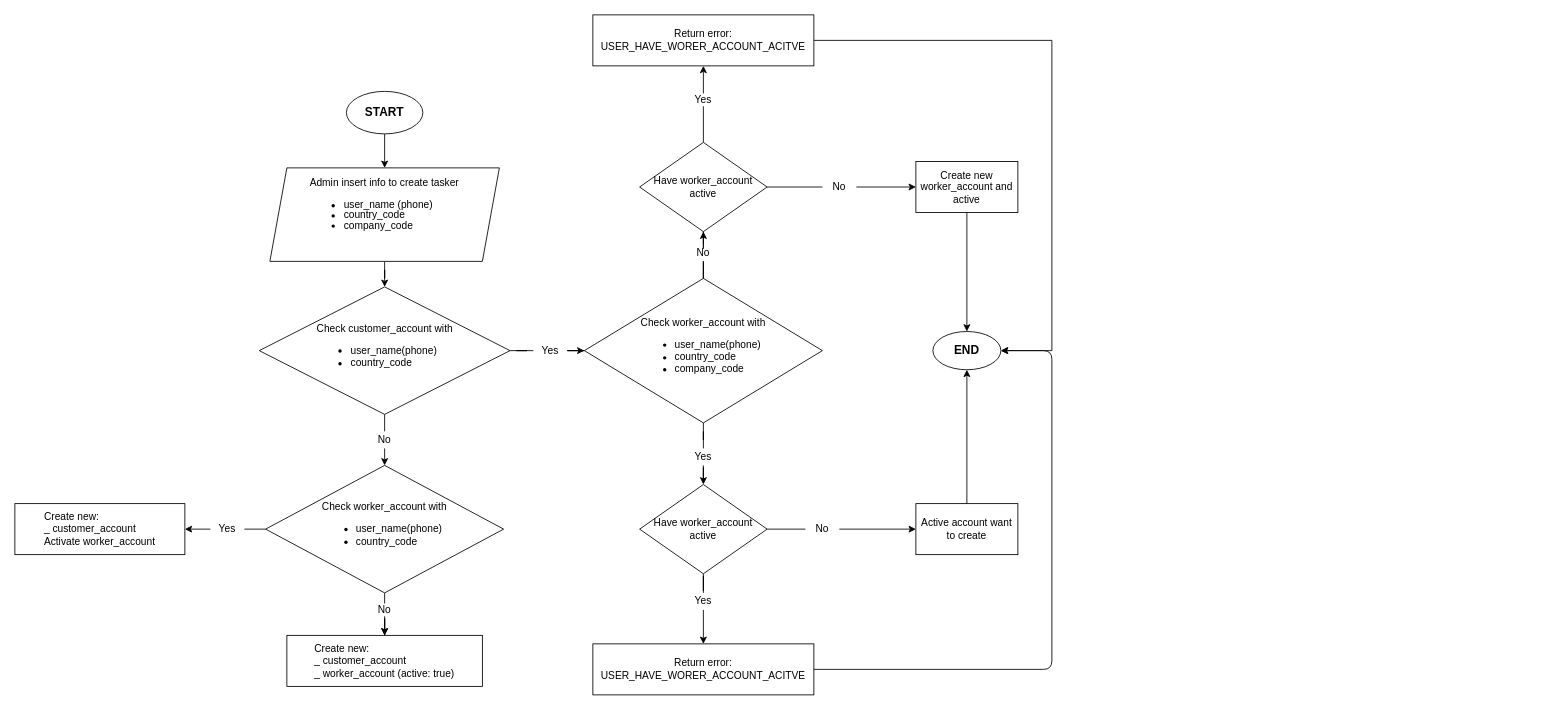
Earlier version of the draw.io diagram TASKDINO/Create tasker by admin.drawio (maitrucquynhq111/work-flow). Source tidied: cells renumbered, new cells numbered last; positions are measured from the earlier drawing's top-left corner, leaving out a move shared by most shapes. Both pictures are drawn from the tidied source at 85%, with x=0, y=0 at pixel (14, 14).
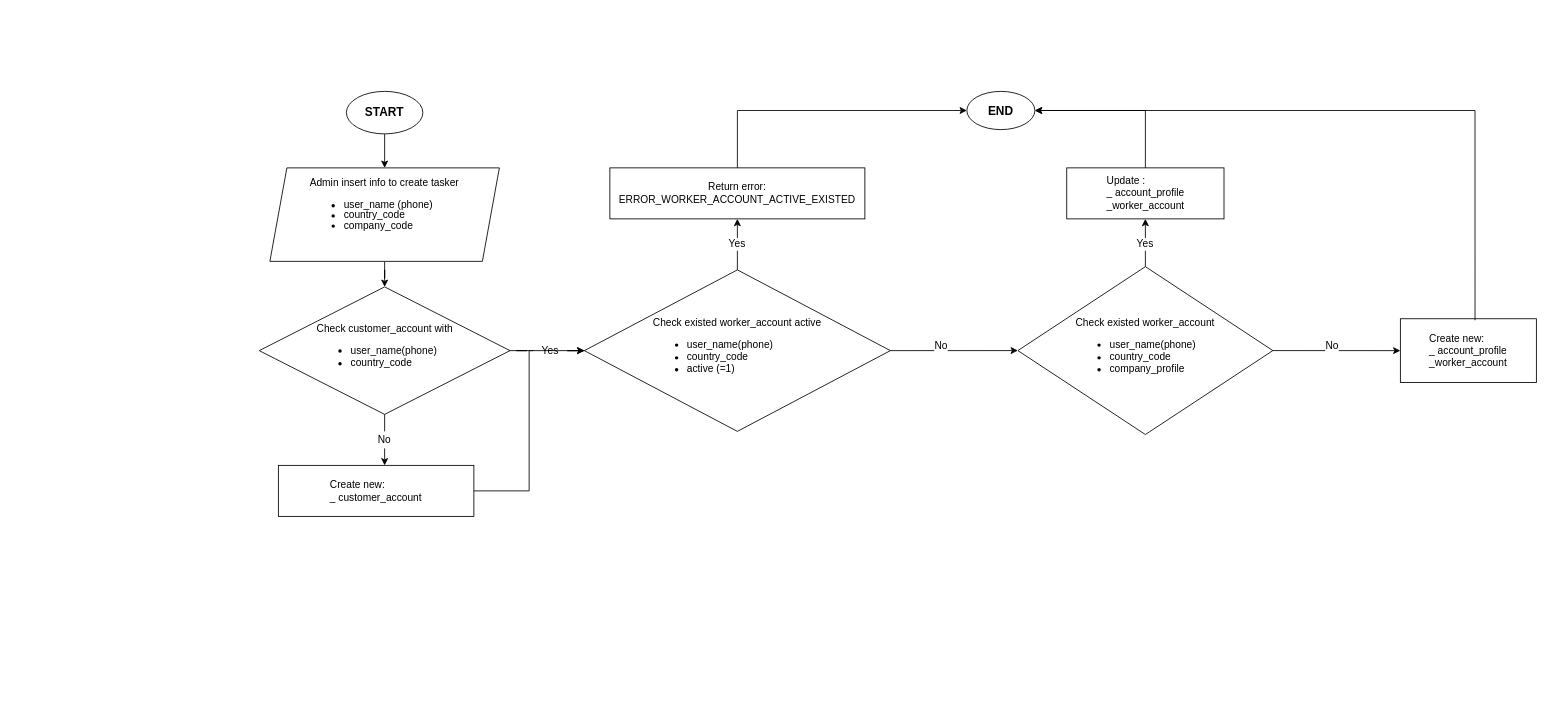
The same diagram, later.

Unchanged cells that the change refers to:
```xml
<mxCell id="16" value="No" style="text;html=1;strokeColor=none;fillColor=none;align=center;verticalAlign=middle;whiteSpace=wrap;rounded=0;labelBackgroundColor=none;" parent="15" vertex="1">
  <mxGeometry width="40" height="20" as="geometry" />
</mxCell>
```

Diff of the diagram source:
```diff
@@
-    <mxCell id="8" style="edgeStyle=orthogonalEdgeStyle;rounded=0;jettySize=auto;html=1;" parent="1" edge="1" source="10" target="11">
-      <mxGeometry relative="1" as="geometry" />
-    </mxCell>
-    <mxCell id="9" value="&lt;div align=&quot;justify&quot;&gt;Create new:&lt;/div&gt;&lt;div align=&quot;justify&quot;&gt;_ customer_account&lt;/div&gt;&lt;div align=&quot;justify&quot;&gt;Activate worker_account&lt;br&gt;&lt;/div&gt;" style="rounded=0;whiteSpace=wrap;html=1;align=center;" parent="1" vertex="1">
-      <mxGeometry y="575" width="200" height="60" as="geometry" />
-    </mxCell>
-    <mxCell id="10" value="&lt;div&gt;Check worker_account with&lt;/div&gt;&lt;div align=&quot;justify&quot;&gt;&lt;ul&gt;&lt;li&gt;user_name(phone)&lt;/li&gt;&lt;li&gt;country_code&lt;/li&gt;&lt;/ul&gt;&lt;/div&gt;" style="rhombus;whiteSpace=wrap;html=1;" parent="1" vertex="1">
-      <mxGeometry x="295" y="530" width="280" height="150" as="geometry" />
-    </mxCell>
-    <mxCell id="11" value="&lt;div align=&quot;justify&quot;&gt;Create new:&lt;/div&gt;&lt;div align=&quot;justify&quot;&gt;_ customer_account&lt;/div&gt;&lt;div align=&quot;justify&quot;&gt;_ worker_account (active: true)&lt;br&gt;&lt;/div&gt;" style="rounded=0;whiteSpace=wrap;html=1;" parent="1" vertex="1">
-      <mxGeometry x="320" y="730" width="230" height="60" as="geometry" />
+    <mxCell id="11" value="&lt;div align=&quot;justify&quot;&gt;Create new:&lt;/div&gt;&lt;div align=&quot;justify&quot;&gt;_ customer_account&lt;/div&gt;" style="rounded=0;whiteSpace=wrap;html=1;" parent="1" vertex="1">
+      <mxGeometry x="310" y="530" width="230" height="60" as="geometry" />
     </mxCell>
-    <mxCell id="12" style="group;" parent="1" vertex="1">
-      <mxGeometry x="415" y="690" width="40" height="20" as="geometry" />
-    </mxCell>
-    <mxCell id="13" value="No" style="text;strokeColor=none;fillColor=none;align=center;verticalAlign=middle;whiteSpace=wrap;rounded=0;html=1;labelBackgroundColor=default;" parent="12" vertex="1">
-      <mxGeometry width="40" height="20" as="geometry" />
-    </mxCell>
-    <mxCell id="14" style="edgeStyle=orthogonalEdgeStyle;rounded=0;jettySize=auto;html=1;" parent="1" edge="1" source="13" target="11">
-      <mxGeometry relative="1" as="geometry" />
-    </mxCell>
@@
-    <mxCell id="18" style="endArrow=classic;html=1;exitX=0.5;exitY=1;exitDx=0;exitDy=0;entryX=0.5;entryY=0;entryDx=0;entryDy=0;startArrow=none;" parent="1" edge="1" source="16" target="10">
-      <mxGeometry relative="1" as="geometry" />
+    <mxCell id="18" style="endArrow=classic;html=1;exitX=0.5;exitY=1;exitDx=0;exitDy=0;entryX=0.5;entryY=0;entryDx=0;entryDy=0;startArrow=none;" parent="1" edge="1" source="16">
+      <mxGeometry relative="1" as="geometry">
+        <mxPoint x="435" y="530" as="targetPoint" />
+      </mxGeometry>
     </mxCell>
-    <mxCell id="19" style="group;" parent="1" vertex="1">
-      <mxGeometry x="230" y="595" width="40" height="20" as="geometry" />
-    </mxCell>
-    <mxCell id="20" value="Yes" style="text;html=1;strokeColor=none;fillColor=none;align=center;verticalAlign=middle;whiteSpace=wrap;rounded=0;" parent="19" vertex="1">
-      <mxGeometry width="40" height="20" as="geometry" />
-    </mxCell>
-    <mxCell id="21" style="edgeStyle=orthogonalEdgeStyle;rounded=0;jettySize=auto;html=1;startArrow=none;" parent="19" edge="1" source="20" target="9">
-      <mxGeometry y="-5" as="geometry">
-        <Array as="points">
-          <mxPoint x="30" y="10" />
-        </Array>
-      </mxGeometry>
-    </mxCell>
-    <mxCell id="22" style="edgeStyle=orthogonalEdgeStyle;rounded=0;jettySize=auto;html=1;endArrow=none;" parent="19" edge="1" source="10" target="20">
-      <mxGeometry y="-5" as="geometry">
-        <Array as="points">
-          <mxPoint x="30" y="10" />
-        </Array>
-      </mxGeometry>
-    </mxCell>
-    <mxCell id="23" style="edgeStyle=orthogonalEdgeStyle;rounded=0;jettySize=auto;html=1;startArrow=none;" parent="1" edge="1" source="42" target="33">
-      <mxGeometry relative="1" as="geometry" />
-    </mxCell>
-    <mxCell id="24" style="edgeStyle=orthogonalEdgeStyle;rounded=0;jettySize=auto;html=1;startArrow=none;" parent="1" edge="1" source="40" target="30">
-      <mxGeometry relative="1" as="geometry" />
-    </mxCell>
+    <mxCell id="54" style="edgeStyle=orthogonalEdgeStyle;rounded=0;jettySize=auto;html=1;" parent="1" edge="1" source="25" target="34">
+      <mxGeometry relative="1" as="geometry" />
+    </mxCell>
-    <mxCell id="25" value="&lt;div&gt;Check worker_account with&lt;/div&gt;&lt;div align=&quot;justify&quot;&gt;&lt;ul&gt;&lt;li&gt;user_name(phone)&lt;/li&gt;&lt;li&gt;country_code&lt;/li&gt;&lt;li&gt;company_code&lt;br&gt;&lt;/li&gt;&lt;/ul&gt;&lt;/div&gt;" style="rhombus;whiteSpace=wrap;html=1;" parent="1" vertex="1">
-      <mxGeometry x="670" y="310" width="280" height="170" as="geometry" />
+    <mxCell id="25" value="&lt;div&gt;Check existed worker_account active&lt;br&gt;&lt;/div&gt;&lt;div align=&quot;justify&quot;&gt;&lt;ul&gt;&lt;li&gt;user_name(phone)&lt;/li&gt;&lt;li&gt;country_code&lt;/li&gt;&lt;li&gt;active (=1)&lt;br&gt;&lt;/li&gt;&lt;/ul&gt;&lt;/div&gt;" style="rhombus;whiteSpace=wrap;html=1;" parent="1" vertex="1">
+      <mxGeometry x="670" y="300" width="360" height="190" as="geometry" />
     </mxCell>
@@
-    <mxCell id="28" style="edgeStyle=orthogonalEdgeStyle;rounded=0;jettySize=auto;html=1;startArrow=none;" parent="1" edge="1" source="44" target="34">
-      <mxGeometry relative="1" as="geometry" />
-    </mxCell>
-    <mxCell id="29" style="edgeStyle=orthogonalEdgeStyle;rounded=0;jettySize=auto;html=1;entryX=0;entryY=0.5;entryDx=0;entryDy=0;startArrow=none;" parent="1" edge="1" source="46" target="37">
-      <mxGeometry relative="1" as="geometry" />
-    </mxCell>
-    <mxCell id="30" value="Have worker_account active" style="rhombus;whiteSpace=wrap;html=1;labelBackgroundColor=none;" parent="1" vertex="1">
-      <mxGeometry x="735" y="552.5" width="150" height="105" as="geometry" />
-    </mxCell>
-    <mxCell id="31" style="edgeStyle=orthogonalEdgeStyle;rounded=0;jettySize=auto;html=1;" parent="1" edge="1" source="33" target="36">
-      <mxGeometry relative="1" as="geometry" />
-    </mxCell>
-    <mxCell id="32" style="edgeStyle=orthogonalEdgeStyle;rounded=0;jettySize=auto;html=1;entryX=0;entryY=0.5;entryDx=0;entryDy=0;startArrow=none;" parent="1" edge="1" source="49" target="38">
-      <mxGeometry relative="1" as="geometry" />
-    </mxCell>
+    <mxCell id="55" style="edgeStyle=orthogonalEdgeStyle;rounded=0;jettySize=auto;html=1;" parent="1" edge="1" source="33" target="38">
+      <mxGeometry relative="1" as="geometry" />
+    </mxCell>
-    <mxCell id="33" value="Have worker_account active" style="rhombus;whiteSpace=wrap;html=1;labelBackgroundColor=none;" parent="1" vertex="1">
-      <mxGeometry x="735" y="150" width="150" height="105" as="geometry" />
+    <mxCell id="33" value="&lt;div&gt;Check existed worker_account &lt;br&gt;&lt;/div&gt;&lt;div align=&quot;justify&quot;&gt;&lt;ul&gt;&lt;li&gt;user_name(phone)&lt;/li&gt;&lt;li&gt;country_code&lt;/li&gt;&lt;li&gt;company_profile&lt;br&gt;&lt;/li&gt;&lt;/ul&gt;&lt;/div&gt;" style="rhombus;whiteSpace=wrap;html=1;labelBackgroundColor=none;" parent="1" vertex="1">
+      <mxGeometry x="1180" y="296.2" width="300" height="197.5" as="geometry" />
     </mxCell>
-    <mxCell id="34" value="&lt;div&gt;Return error: &lt;br&gt;&lt;/div&gt;&lt;div&gt;USER_HAVE_WORER_ACCOUNT_ACITVE&lt;br&gt;&lt;/div&gt;" style="rounded=0;whiteSpace=wrap;html=1;labelBackgroundColor=none;" parent="1" vertex="1">
-      <mxGeometry x="680" y="740" width="260" height="60" as="geometry" />
+    <mxCell id="34" value="&lt;div&gt;Return error: &lt;br&gt;&lt;/div&gt;&lt;div&gt;ERROR_WORKER_ACCOUNT_ACTIVE_EXISTED&lt;br&gt;&lt;/div&gt;" style="rounded=0;whiteSpace=wrap;html=1;labelBackgroundColor=none;" parent="1" vertex="1">
+      <mxGeometry x="700" y="180" width="300" height="60" as="geometry" />
     </mxCell>
-    <mxCell id="35" style="edgeStyle=orthogonalEdgeStyle;rounded=0;jettySize=auto;html=1;entryX=1;entryY=0.5;entryDx=0;entryDy=0;" parent="1" edge="1" source="36" target="39">
-      <mxGeometry relative="1" as="geometry">
-        <Array as="points">
-          <mxPoint x="1220" y="30" />
-          <mxPoint x="1220" y="395" />
-        </Array>
-      </mxGeometry>
-    </mxCell>
-    <mxCell id="36" value="&lt;div&gt;Return error: &lt;br&gt;&lt;/div&gt;&lt;div&gt;USER_HAVE_WORER_ACCOUNT_ACITVE&lt;br&gt;&lt;/div&gt;" style="rounded=0;whiteSpace=wrap;html=1;labelBackgroundColor=none;" parent="1" vertex="1">
-      <mxGeometry x="680" width="260" height="60" as="geometry" />
-    </mxCell>
-    <mxCell id="37" value="Active account want to create" style="rounded=0;whiteSpace=wrap;html=1;labelBackgroundColor=none;" parent="1" vertex="1">
-      <mxGeometry x="1060" y="575" width="120" height="60" as="geometry" />
-    </mxCell>
-    <mxCell id="38" value="Create new worker_account and active" style="rounded=0;whiteSpace=wrap;html=1;labelBackgroundColor=none;" parent="1" vertex="1">
-      <mxGeometry x="1060" y="172.5" width="120" height="60" as="geometry" />
+    <mxCell id="38" value="&lt;div align=&quot;justify&quot;&gt;Update :&lt;/div&gt;&lt;div align=&quot;justify&quot;&gt;_ account_profile&lt;/div&gt;&lt;div align=&quot;justify&quot;&gt;_worker_account&lt;br&gt;&lt;/div&gt;" style="rounded=0;whiteSpace=wrap;html=1;labelBackgroundColor=none;" parent="1" vertex="1">
+      <mxGeometry x="1237.5" y="180" width="185" height="60" as="geometry" />
     </mxCell>
     <mxCell id="39" value="&lt;b&gt;&lt;font style=&quot;font-size: 14px&quot;&gt;END&lt;/font&gt;&lt;/b&gt;" style="ellipse;whiteSpace=wrap;html=1;labelBackgroundColor=none;" parent="1" vertex="1">
-      <mxGeometry x="1080" y="372.5" width="80" height="45" as="geometry" />
+      <mxGeometry x="1120" y="90" width="80" height="45" as="geometry" />
     </mxCell>
-    <mxCell id="40" value="Yes" style="text;html=1;strokeColor=none;fillColor=none;align=center;verticalAlign=middle;whiteSpace=wrap;rounded=0;labelBackgroundColor=none;" parent="1" vertex="1">
-      <mxGeometry x="790" y="510" width="40" height="20" as="geometry" />
+    <mxCell id="40" value="Yes" style="text;html=1;strokeColor=none;fillColor=none;align=center;verticalAlign=middle;whiteSpace=wrap;rounded=0;labelBackgroundColor=default;" parent="1" vertex="1">
+      <mxGeometry x="830" y="260" width="40" height="20" as="geometry" />
     </mxCell>
-    <mxCell id="41" style="edgeStyle=orthogonalEdgeStyle;rounded=0;jettySize=auto;html=1;endArrow=none;" parent="1" edge="1" source="25" target="40">
-      <mxGeometry relative="1" as="geometry" />
-    </mxCell>
-    <mxCell id="42" value="No" style="text;html=1;strokeColor=none;fillColor=none;align=center;verticalAlign=middle;whiteSpace=wrap;rounded=0;labelBackgroundColor=none;" parent="1" vertex="1">
-      <mxGeometry x="790" y="270" width="40" height="20" as="geometry" />
-    </mxCell>
-    <mxCell id="43" style="edgeStyle=orthogonalEdgeStyle;rounded=0;jettySize=auto;html=1;endArrow=none;" parent="1" edge="1" source="25" target="42">
-      <mxGeometry relative="1" as="geometry" />
-    </mxCell>
-    <mxCell id="44" value="Yes" style="text;html=1;strokeColor=none;fillColor=none;align=center;verticalAlign=middle;whiteSpace=wrap;rounded=0;labelBackgroundColor=none;" parent="1" vertex="1">
-      <mxGeometry x="790" y="680" width="40" height="20" as="geometry" />
-    </mxCell>
-    <mxCell id="45" style="edgeStyle=orthogonalEdgeStyle;rounded=0;jettySize=auto;html=1;endArrow=none;" parent="1" edge="1" source="30" target="44">
-      <mxGeometry relative="1" as="geometry" />
-    </mxCell>
-    <mxCell id="46" value="No" style="text;html=1;strokeColor=none;fillColor=none;align=center;verticalAlign=middle;whiteSpace=wrap;rounded=0;labelBackgroundColor=none;" parent="1" vertex="1">
-      <mxGeometry x="930" y="595" width="40" height="20" as="geometry" />
-    </mxCell>
-    <mxCell id="47" style="edgeStyle=orthogonalEdgeStyle;rounded=0;jettySize=auto;html=1;entryX=0;entryY=0.5;entryDx=0;entryDy=0;endArrow=none;" parent="1" edge="1" source="30" target="46">
-      <mxGeometry relative="1" as="geometry" />
-    </mxCell>
-    <mxCell id="48" value="Yes" style="text;html=1;strokeColor=none;fillColor=none;align=center;verticalAlign=middle;whiteSpace=wrap;rounded=0;labelBackgroundColor=default;labelBorderColor=none;" parent="1" vertex="1">
-      <mxGeometry x="790" y="90" width="40" height="20" as="geometry" />
-    </mxCell>
-    <mxCell id="49" value="No" style="text;html=1;strokeColor=none;fillColor=none;align=center;verticalAlign=middle;whiteSpace=wrap;rounded=0;labelBackgroundColor=default;" parent="1" vertex="1">
-      <mxGeometry x="950" y="192.5" width="40" height="20" as="geometry" />
-    </mxCell>
-    <mxCell id="50" style="edgeStyle=orthogonalEdgeStyle;rounded=0;jettySize=auto;html=1;entryX=0;entryY=0.5;entryDx=0;entryDy=0;endArrow=none;" parent="1" edge="1" source="33" target="49">
-      <mxGeometry relative="1" as="geometry" />
-    </mxCell>
-    <mxCell id="51" style="endArrow=classic;html=1;exitX=0.5;exitY=0;exitDx=0;exitDy=0;entryX=0.5;entryY=1;entryDx=0;entryDy=0;" parent="1" edge="1" source="37" target="39">
-      <mxGeometry relative="1" as="geometry" />
-    </mxCell>
+    <mxCell id="56" style="endArrow=classic;html=1;rounded=0;edgeStyle=orthogonalEdgeStyle;entryX=0;entryY=0.5;entryDx=0;entryDy=0;" parent="1" edge="1" source="11" target="25">
+      <mxGeometry relative="1" as="geometry" />
+    </mxCell>
+    <mxCell id="57" value="&lt;div align=&quot;justify&quot;&gt;Create new:&lt;/div&gt;&lt;div align=&quot;justify&quot;&gt;_ account_profile&lt;/div&gt;&lt;div align=&quot;justify&quot;&gt;_worker_account&lt;br&gt;&lt;/div&gt;" style="rounded=0;whiteSpace=wrap;html=1;labelBackgroundColor=none;" parent="1" vertex="1">
+      <mxGeometry x="1630" y="357.5" width="160" height="75" as="geometry" />
+    </mxCell>
+    <mxCell id="58" value="Yes" style="text;html=1;strokeColor=none;fillColor=none;align=center;verticalAlign=middle;whiteSpace=wrap;rounded=0;labelBackgroundColor=default;" parent="1" vertex="1">
+      <mxGeometry x="1300" y="255" width="60" height="30" as="geometry" />
+    </mxCell>
+    <mxCell id="59" style="endArrow=classic;html=1;rounded=0;edgeStyle=orthogonalEdgeStyle;exitX=1;exitY=0.5;exitDx=0;exitDy=0;entryX=0;entryY=0.5;entryDx=0;entryDy=0;" parent="1" edge="1" source="25" target="33">
+      <mxGeometry relative="1" as="geometry" />
+    </mxCell>
+    <mxCell id="60" value="No" style="text;html=1;strokeColor=none;fillColor=none;align=center;verticalAlign=middle;whiteSpace=wrap;rounded=0;labelBackgroundColor=default;" parent="1" vertex="1">
+      <mxGeometry x="1060" y="375" width="60" height="30" as="geometry" />
+    </mxCell>
+    <mxCell id="61" style="endArrow=classic;html=1;rounded=0;edgeStyle=orthogonalEdgeStyle;exitX=1;exitY=0.5;exitDx=0;exitDy=0;entryX=0;entryY=0.5;entryDx=0;entryDy=0;" parent="1" edge="1" source="33" target="57">
+      <mxGeometry relative="1" as="geometry" />
+    </mxCell>
+    <mxCell id="62" value="No" style="text;html=1;strokeColor=none;fillColor=none;align=center;verticalAlign=middle;whiteSpace=wrap;rounded=0;labelBackgroundColor=default;" parent="1" vertex="1">
+      <mxGeometry x="1520" y="375" width="60" height="30" as="geometry" />
+    </mxCell>
+    <mxCell id="53" style="endArrow=classic;html=1;rounded=0;edgeStyle=orthogonalEdgeStyle;entryX=0;entryY=0.5;entryDx=0;entryDy=0;exitX=0.5;exitY=0;exitDx=0;exitDy=0;exitPerimeter=0;" parent="1" edge="1" source="34" target="39">
+      <mxGeometry relative="1" as="geometry">
+        <Array as="points">
+          <mxPoint x="850" y="113" />
+        </Array>
+      </mxGeometry>
+    </mxCell>
-    <mxCell id="52" style="endArrow=classic;html=1;exitX=0.5;exitY=1;exitDx=0;exitDy=0;entryX=0.5;entryY=0;entryDx=0;entryDy=0;" parent="1" edge="1" source="38" target="39">
+    <mxCell id="52" style="endArrow=classic;html=1;rounded=0;edgeStyle=orthogonalEdgeStyle;entryX=1;entryY=0.5;entryDx=0;entryDy=0;exitX=0.5;exitY=0;exitDx=0;exitDy=0;" parent="1" edge="1" source="38" target="39">
       <mxGeometry relative="1" as="geometry" />
     </mxCell>
-    <mxCell id="53" style="endArrow=classic;html=1;entryX=1;entryY=0.5;entryDx=0;entryDy=0;exitX=1;exitY=0.5;exitDx=0;exitDy=0;" parent="1" edge="1" source="34" target="39">
-      <mxGeometry relative="1" as="geometry">
-        <Array as="points">
-          <mxPoint x="1220" y="770" />
-          <mxPoint x="1220" y="395" />
-        </Array>
-      </mxGeometry>
-    </mxCell>
+    <mxCell id="63" style="endArrow=classic;html=1;rounded=0;edgeStyle=orthogonalEdgeStyle;entryX=1;entryY=0.5;entryDx=0;entryDy=0;exitX=0.549;exitY=0.023;exitDx=0;exitDy=0;exitPerimeter=0;" parent="1" edge="1" source="57" target="39">
+      <mxGeometry relative="1" as="geometry">
+        <Array as="points">
+          <mxPoint x="1718" y="113" />
+        </Array>
+      </mxGeometry>
+    </mxCell>
```
